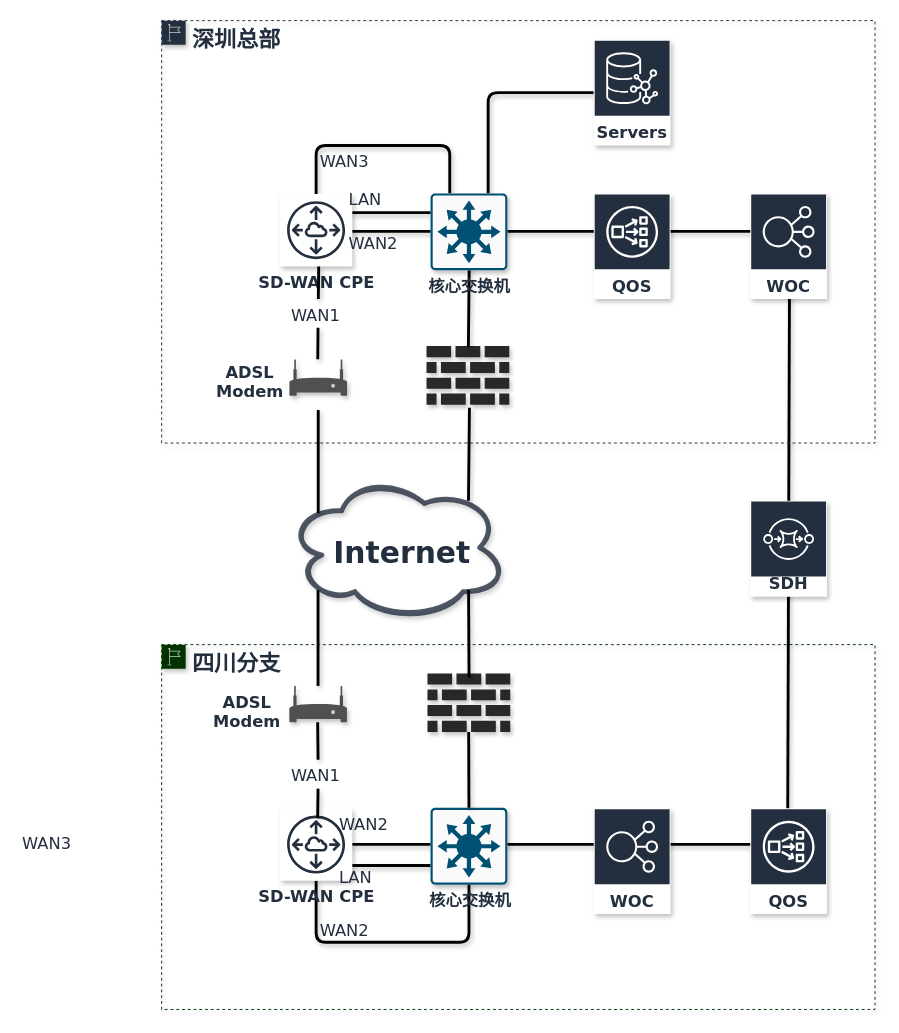
ZILLIONTSANG/NetworkDiagrams keeps this draw.io diagram as page "方案2" (3 of 3) of Untitled Diagram.drawio. Above is the earlier version. Source tidied: cells renumbered, new cells numbered last; positions are measured from the earlier drawing's top-left corner, leaving out a move shared by most shapes. Both pictures are drawn from the tidied source at 96%, with x=0, y=0 at pixel (20, 20).
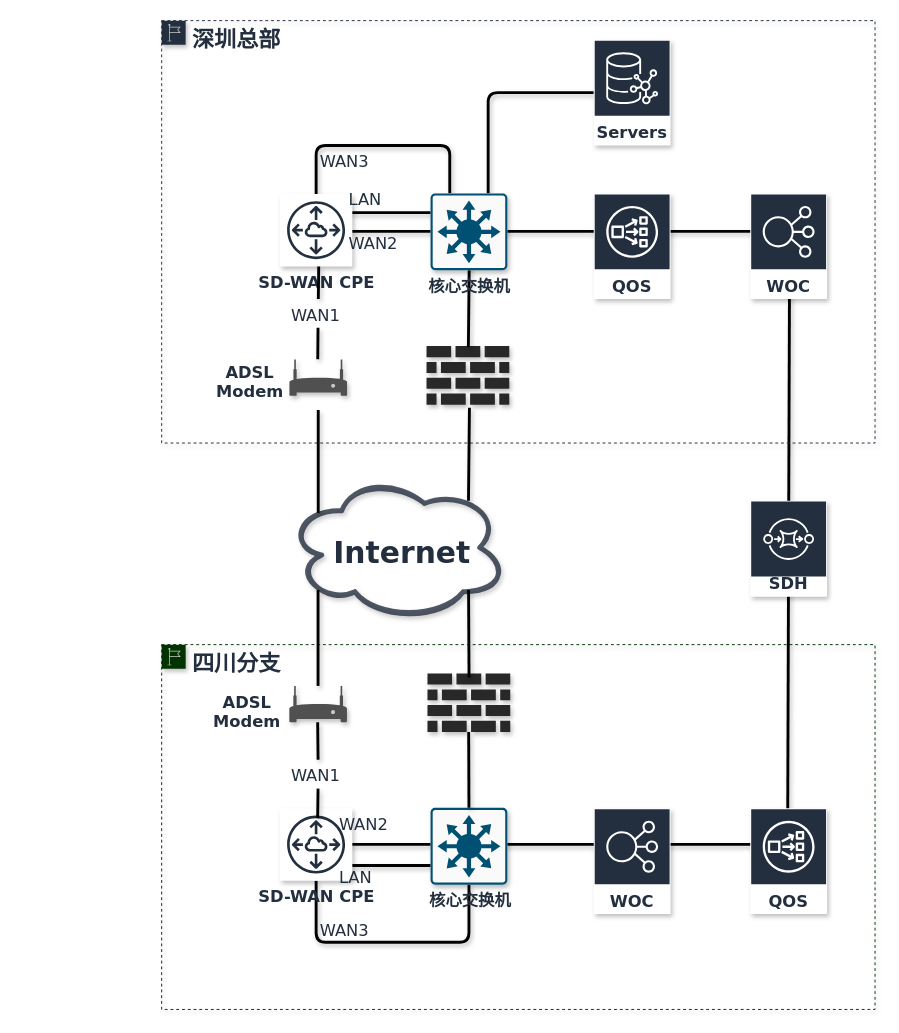
The same page after the edit.

The edit, as a diff of the source:
```diff
@@
-    <mxCell id="50" value="&lt;font face=&quot;verdana&quot;&gt;WAN3&lt;/font&gt;" style="text;whiteSpace=wrap;html=1;fontSize=17;fontFamily=Verdana;fontColor=#232F3E;shadow=1;" parent="1" vertex="1">
-      <mxGeometry y="840" width="60" height="35" as="geometry" />
-    </mxCell>
-    <mxCell id="51" value="&lt;font face=&quot;verdana&quot;&gt;WAN2&lt;/font&gt;" style="text;whiteSpace=wrap;html=1;fontSize=17;fontFamily=Verdana;fontColor=#232F3E;shadow=1;" parent="1" vertex="1">
+    <mxCell id="51" value="&lt;font face=&quot;verdana&quot;&gt;WAN3&lt;/font&gt;" style="text;whiteSpace=wrap;html=1;fontSize=17;fontFamily=Verdana;fontColor=#232F3E;shadow=1;" parent="1" vertex="1">
       <mxGeometry x="310" y="930.5" width="60" height="40" as="geometry" />
     </mxCell>
```
